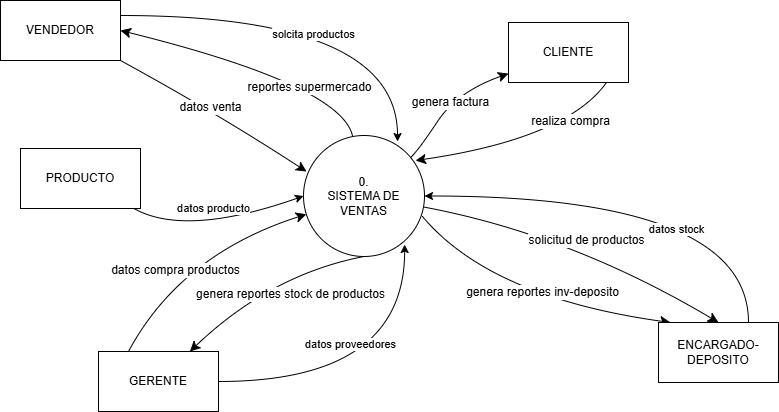
yson27/web-analisis-diseno keeps this draw.io diagram as assets/img/blog/nivel0.png. Above is the earlier version. Source tidied: cells renumbered, new cells last; positions are measured from the earlier drawing's top-left corner, leaving out a move shared by most shapes. Source of this version:
```xml
<mxGraphModel>
  <root>
    <mxCell id="0" />
    <mxCell id="1" parent="0" />
    <mxCell id="2" value="reportes supermercado" style="edgeStyle=none;curved=1;rounded=0;jettySize=auto;html=1;entryX=1;entryY=0.5;entryDx=0;entryDy=0;fontSize=12;startSize=8;endSize=8;" parent="1" edge="1" source="6" target="7">
      <mxGeometry x="-0.4" y="10" relative="1" as="geometry">
        <Array as="points">
          <mxPoint x="342" y="85" />
        </Array>
      </mxGeometry>
    </mxCell>
    <mxCell id="3" value="genera factura" style="edgeStyle=none;curved=1;rounded=0;jettySize=auto;html=1;fontSize=12;startSize=8;endSize=8;" parent="1" edge="1" source="6" target="8">
      <mxGeometry relative="1" as="geometry">
        <Array as="points">
          <mxPoint x="417" y="151" />
          <mxPoint x="457" y="91" />
        </Array>
      </mxGeometry>
    </mxCell>
    <mxCell id="4" value="genera reportes inv-deposito" style="edgeStyle=none;curved=1;rounded=0;jettySize=auto;html=1;exitX=0.983;exitY=0.669;exitDx=0;exitDy=0;entryX=0.1;entryY=0;entryDx=0;entryDy=0;fontSize=12;startSize=8;endSize=8;exitPerimeter=0;entryPerimeter=0;" parent="1" edge="1" source="6" target="15">
      <mxGeometry x="0.09" y="12" relative="1" as="geometry">
        <Array as="points">
          <mxPoint x="490" y="297" />
        </Array>
      </mxGeometry>
    </mxCell>
    <mxCell id="5" value="solicitud de productos" style="edgeStyle=none;curved=1;rounded=0;jettySize=auto;html=1;entryX=0.5;entryY=0;entryDx=0;entryDy=0;fontSize=12;startSize=8;endSize=8;" parent="1" edge="1" source="6" target="15">
      <mxGeometry x="0.03" y="3" relative="1" as="geometry">
        <Array as="points">
          <mxPoint x="570" y="234" />
        </Array>
      </mxGeometry>
    </mxCell>
    <mxCell id="6" value="&lt;div&gt;0.&lt;/div&gt;SISTEMA DE VENTAS" style="ellipse;whiteSpace=wrap;html=1;" parent="1" vertex="1">
      <mxGeometry x="303" y="135" width="121" height="121" as="geometry" />
    </mxCell>
    <mxCell id="7" value="VENDEDOR" style="rounded=0;whiteSpace=wrap;html=1;" parent="1" vertex="1">
      <mxGeometry width="120" height="60" as="geometry" />
    </mxCell>
    <mxCell id="8" value="CLIENTE" style="rounded=0;whiteSpace=wrap;html=1;" parent="1" vertex="1">
      <mxGeometry x="508" y="22" width="120" height="60" as="geometry" />
    </mxCell>
    <mxCell id="9" style="edgeStyle=none;curved=1;rounded=0;jettySize=auto;html=1;fontSize=12;startSize=8;endSize=8;exitX=0.25;exitY=0;exitDx=0;exitDy=0;" parent="1" edge="1" source="12" target="6">
      <mxGeometry relative="1" as="geometry">
        <Array as="points">
          <mxPoint x="180" y="254" />
        </Array>
      </mxGeometry>
    </mxCell>
    <mxCell id="10" value="datos compra productos" style="edgeLabel;html=1;align=center;verticalAlign=middle;fontSize=12;" parent="9" vertex="1">
      <mxGeometry x="-0.23" y="-2" relative="1" as="geometry">
        <mxPoint x="1" as="offset" />
      </mxGeometry>
    </mxCell>
    <mxCell id="11" value="datos proveedores" style="edgeStyle=orthogonalEdgeStyle;rounded=0;jettySize=auto;html=1;exitX=1;exitY=0.5;exitDx=0;exitDy=0;entryX=0.836;entryY=0.901;entryDx=0;entryDy=0;entryPerimeter=0;curved=1;" parent="1" edge="1" source="12" target="6">
      <mxGeometry x="-0.18" y="37" relative="1" as="geometry" />
    </mxCell>
    <mxCell id="12" value="GERENTE" style="rounded=0;whiteSpace=wrap;html=1;" parent="1" vertex="1">
      <mxGeometry x="98" y="351" width="120" height="60" as="geometry" />
    </mxCell>
    <mxCell id="13" style="edgeStyle=orthogonalEdgeStyle;rounded=0;jettySize=auto;html=1;exitX=0.75;exitY=0;exitDx=0;exitDy=0;entryX=1;entryY=0.5;entryDx=0;entryDy=0;curved=1;" parent="1" edge="1" source="15" target="6">
      <mxGeometry relative="1" as="geometry" />
    </mxCell>
    <mxCell id="14" value="datos stock" style="edgeLabel;html=1;align=center;verticalAlign=middle;" parent="13" vertex="1">
      <mxGeometry x="-0.11" y="33" relative="1" as="geometry">
        <mxPoint x="1" as="offset" />
      </mxGeometry>
    </mxCell>
    <mxCell id="15" value="ENCARGADO-DEPOSITO" style="rounded=0;whiteSpace=wrap;html=1;" parent="1" vertex="1">
      <mxGeometry x="658" y="322" width="120" height="60" as="geometry" />
    </mxCell>
    <mxCell id="16" value="datos venta" style="edgeStyle=none;curved=1;rounded=0;jettySize=auto;html=1;exitX=1;exitY=1;exitDx=0;exitDy=0;fontSize=12;startSize=8;endSize=8;entryX=0.025;entryY=0.298;entryDx=0;entryDy=0;entryPerimeter=0;" parent="1" edge="1" source="7" target="6">
      <mxGeometry x="-0.07" y="2" relative="1" as="geometry">
        <Array as="points">
          <mxPoint x="217" y="113" />
        </Array>
      </mxGeometry>
    </mxCell>
    <mxCell id="17" value="genera reportes stock de productos" style="edgeStyle=none;curved=1;rounded=0;jettySize=auto;html=1;exitX=0.5;exitY=1;exitDx=0;exitDy=0;fontSize=12;startSize=8;endSize=8;" parent="1" edge="1" source="6" target="12">
      <mxGeometry x="-0.23" y="23" relative="1" as="geometry">
        <Array as="points">
          <mxPoint x="270" y="274" />
        </Array>
      </mxGeometry>
    </mxCell>
    <mxCell id="18" value="datos producto" style="rounded=0;jettySize=auto;html=1;entryX=0;entryY=0.5;entryDx=0;entryDy=0;curved=1;" parent="1" edge="1" source="19" target="6">
      <mxGeometry x="0.03" y="18" relative="1" as="geometry">
        <Array as="points">
          <mxPoint x="185" y="237" />
        </Array>
      </mxGeometry>
    </mxCell>
    <mxCell id="19" value="PRODUCTO" style="rounded=0;whiteSpace=wrap;html=1;" parent="1" vertex="1">
      <mxGeometry x="20" y="148" width="120" height="60" as="geometry" />
    </mxCell>
    <mxCell id="20" value="solcita productos" style="edgeStyle=orthogonalEdgeStyle;rounded=0;jettySize=auto;html=1;exitX=1;exitY=0.25;exitDx=0;exitDy=0;entryX=0.777;entryY=0.05;entryDx=0;entryDy=0;entryPerimeter=0;curved=1;" parent="1" edge="1" source="7" target="6">
      <mxGeometry x="-0.04" y="-19" relative="1" as="geometry" />
    </mxCell>
    <mxCell id="21" value="realiza compra" style="edgeStyle=none;curved=1;rounded=0;jettySize=auto;html=1;exitX=0.5;exitY=1;exitDx=0;exitDy=0;fontSize=12;startSize=8;endSize=8;entryX=0.926;entryY=0.207;entryDx=0;entryDy=0;entryPerimeter=0;" parent="1" edge="1" target="6">
      <mxGeometry x="-0.52" y="-7" relative="1" as="geometry">
        <mxPoint x="606" y="82" as="sourcePoint" />
        <Array as="points">
          <mxPoint x="566" y="138" />
        </Array>
        <mxPoint x="1" as="offset" />
      </mxGeometry>
    </mxCell>
  </root>
</mxGraphModel>
```
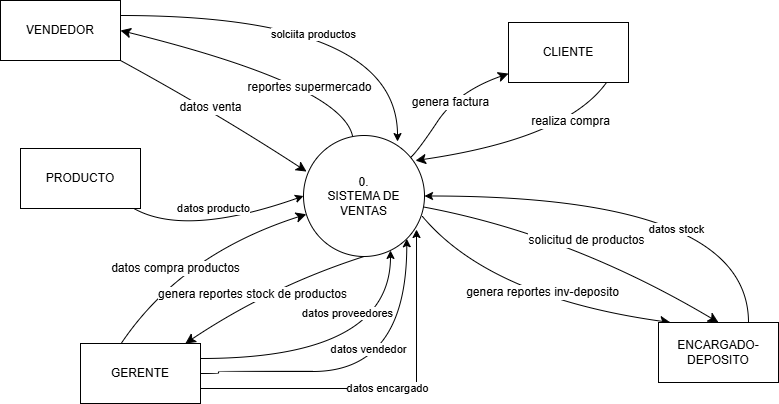
Later version of the same file.

Diff of the diagram source:
```diff
@@ -40,23 +40,30 @@
     <mxCell id="8" value="CLIENTE" style="rounded=0;whiteSpace=wrap;html=1;" parent="1" vertex="1">
       <mxGeometry x="508" y="22" width="120" height="60" as="geometry" />
     </mxCell>
-    <mxCell id="9" style="edgeStyle=none;curved=1;rounded=0;jettySize=auto;html=1;fontSize=12;startSize=8;endSize=8;exitX=0.25;exitY=0;exitDx=0;exitDy=0;" parent="1" edge="1" source="12" target="6">
-      <mxGeometry relative="1" as="geometry">
-        <Array as="points">
-          <mxPoint x="180" y="254" />
-        </Array>
-      </mxGeometry>
-    </mxCell>
+    <mxCell id="22" style="edgeStyle=none;curved=1;rounded=0;jettySize=auto;html=1;fontSize=12;startSize=8;endSize=8;" parent="1" edge="1" target="6">
+      <mxGeometry relative="1" as="geometry">
+        <mxPoint x="120" y="344" as="sourcePoint" />
+        <Array as="points">
+          <mxPoint x="180" y="254" />
+        </Array>
+      </mxGeometry>
+    </mxCell>
-    <mxCell id="10" value="datos compra productos" style="edgeLabel;html=1;align=center;verticalAlign=middle;fontSize=12;" parent="9" vertex="1">
+    <mxCell id="10" value="datos compra productos" style="edgeLabel;html=1;align=center;verticalAlign=middle;fontSize=12;" parent="22" vertex="1">
       <mxGeometry x="-0.23" y="-2" relative="1" as="geometry">
         <mxPoint x="1" as="offset" />
       </mxGeometry>
     </mxCell>
-    <mxCell id="11" value="datos proveedores" style="edgeStyle=orthogonalEdgeStyle;rounded=0;jettySize=auto;html=1;exitX=1;exitY=0.5;exitDx=0;exitDy=0;entryX=0.836;entryY=0.901;entryDx=0;entryDy=0;entryPerimeter=0;curved=1;" parent="1" edge="1" source="12" target="6">
-      <mxGeometry x="-0.18" y="37" relative="1" as="geometry" />
-    </mxCell>
+    <mxCell id="23" value="datos vendedor" style="edgeStyle=orthogonalEdgeStyle;rounded=0;jettySize=auto;html=1;exitX=1;exitY=0.5;exitDx=0;exitDy=0;curved=1;entryX=1;entryY=1;entryDx=0;entryDy=0;" parent="1" edge="1" source="12" target="6">
+      <mxGeometry y="22" relative="1" as="geometry">
+        <Array as="points">
+          <mxPoint x="218" y="373" />
+          <mxPoint x="218" y="371" />
+          <mxPoint x="406" y="371" />
+        </Array>
+      </mxGeometry>
+    </mxCell>
     <mxCell id="12" value="GERENTE" style="rounded=0;whiteSpace=wrap;html=1;" parent="1" vertex="1">
-      <mxGeometry x="98" y="351" width="120" height="60" as="geometry" />
+      <mxGeometry x="80" y="343" width="120" height="60" as="geometry" />
     </mxCell>
     <mxCell id="13" style="edgeStyle=orthogonalEdgeStyle;rounded=0;jettySize=auto;html=1;exitX=0.75;exitY=0;exitDx=0;exitDy=0;entryX=1;entryY=0.5;entryDx=0;entryDy=0;curved=1;" parent="1" edge="1" source="15" target="6">
       <mxGeometry relative="1" as="geometry" />
@@ -77,10 +84,11 @@
       </mxGeometry>
     </mxCell>
     <mxCell id="17" value="genera reportes stock de productos" style="edgeStyle=none;curved=1;rounded=0;jettySize=auto;html=1;exitX=0.5;exitY=1;exitDx=0;exitDy=0;fontSize=12;startSize=8;endSize=8;" parent="1" edge="1" source="6" target="12">
-      <mxGeometry x="-0.23" y="23" relative="1" as="geometry">
+      <mxGeometry x="0.17" y="-3" relative="1" as="geometry">
         <Array as="points">
-          <mxPoint x="270" y="274" />
+          <mxPoint x="270" y="286" />
         </Array>
+        <mxPoint y="-1" as="offset" />
       </mxGeometry>
     </mxCell>
     <mxCell id="18" value="datos producto" style="rounded=0;jettySize=auto;html=1;entryX=0;entryY=0.5;entryDx=0;entryDy=0;curved=1;" parent="1" edge="1" source="19" target="6">
@@ -93,7 +101,7 @@
     <mxCell id="19" value="PRODUCTO" style="rounded=0;whiteSpace=wrap;html=1;" parent="1" vertex="1">
       <mxGeometry x="20" y="148" width="120" height="60" as="geometry" />
     </mxCell>
-    <mxCell id="20" value="solcita productos" style="edgeStyle=orthogonalEdgeStyle;rounded=0;jettySize=auto;html=1;exitX=1;exitY=0.25;exitDx=0;exitDy=0;entryX=0.777;entryY=0.05;entryDx=0;entryDy=0;entryPerimeter=0;curved=1;" parent="1" edge="1" source="7" target="6">
+    <mxCell id="20" value="solciita productos" style="edgeStyle=orthogonalEdgeStyle;rounded=0;jettySize=auto;html=1;exitX=1;exitY=0.25;exitDx=0;exitDy=0;entryX=0.777;entryY=0.05;entryDx=0;entryDy=0;entryPerimeter=0;curved=1;" parent="1" edge="1" source="7" target="6">
       <mxGeometry x="-0.04" y="-19" relative="1" as="geometry" />
     </mxCell>
     <mxCell id="21" value="realiza compra" style="edgeStyle=none;curved=1;rounded=0;jettySize=auto;html=1;exitX=0.5;exitY=1;exitDx=0;exitDy=0;fontSize=12;startSize=8;endSize=8;entryX=0.926;entryY=0.207;entryDx=0;entryDy=0;entryPerimeter=0;" parent="1" edge="1" target="6">
@@ -105,5 +113,11 @@
         <mxPoint x="1" as="offset" />
       </mxGeometry>
     </mxCell>
+    <mxCell id="11" value="datos proveedores" style="edgeStyle=orthogonalEdgeStyle;rounded=0;jettySize=auto;html=1;exitX=1;exitY=0.25;exitDx=0;exitDy=0;entryX=0.719;entryY=0.95;entryDx=0;entryDy=0;entryPerimeter=0;curved=1;" parent="1" edge="1" source="12" target="6">
+      <mxGeometry x="0.58" y="43" relative="1" as="geometry" />
+    </mxCell>
+    <mxCell id="24" value="datos encargado" style="edgeStyle=orthogonalEdgeStyle;rounded=0;jettySize=auto;html=1;exitX=1;exitY=0.75;exitDx=0;exitDy=0;entryX=0.934;entryY=0.777;entryDx=0;entryDy=0;entryPerimeter=0;" parent="1" edge="1" source="12" target="6">
+      <mxGeometry relative="1" as="geometry" />
+    </mxCell>
   </root>
 </mxGraphModel>
```
